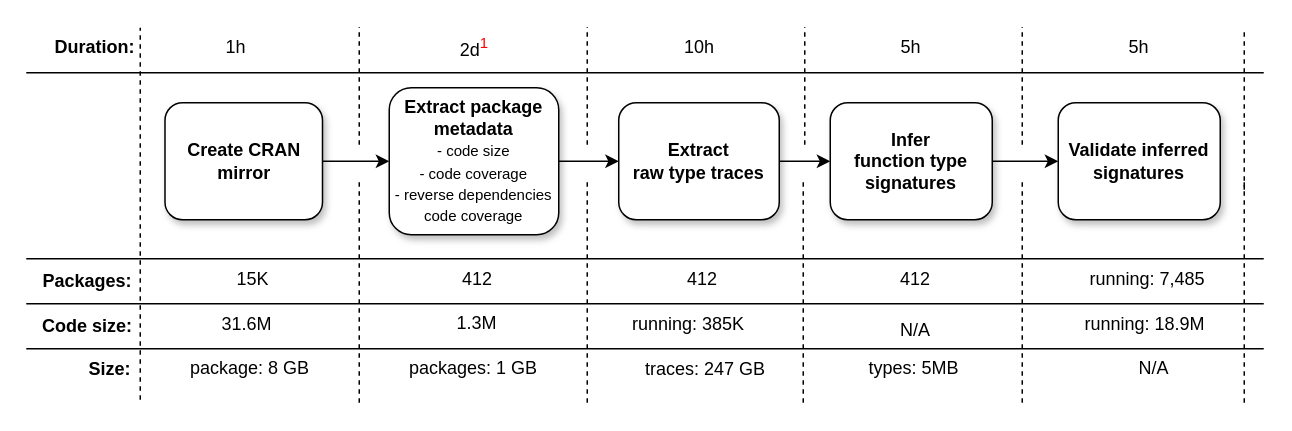
Earlier version of the draw.io diagram paper/plots/analysis-pipeline.drawio (reallyTG/typeR). Source tidied: cells renumbered, new cells numbered last; positions are measured from the earlier drawing's top-left corner, leaving out a move shared by most shapes. Both pictures are drawn from the tidied source at 150%, with x=0, y=0 at pixel (26, 27).
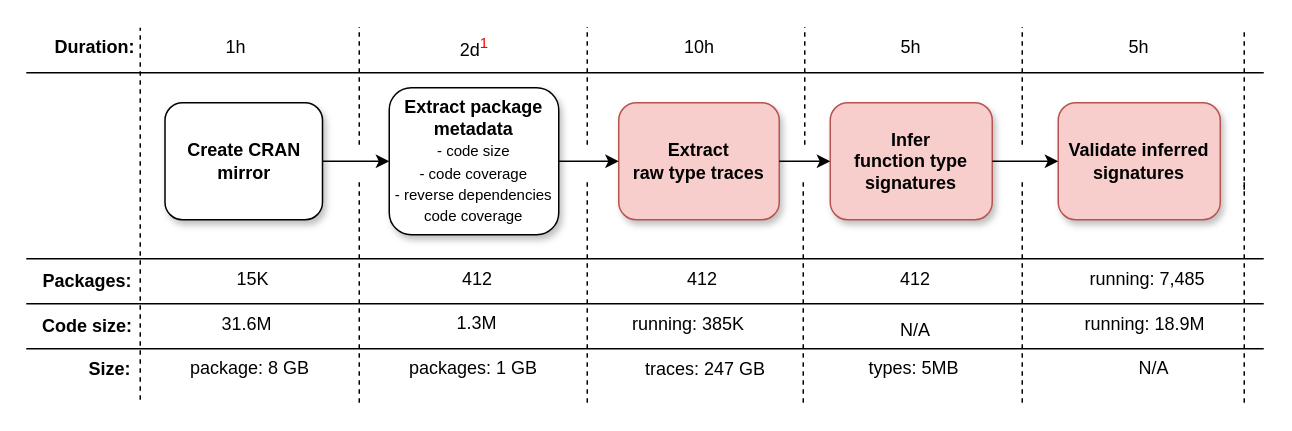
Above is the later version.

Diff of the diagram source:
```diff
@@
-    <mxCell id="5" value="&lt;div&gt;Extract &lt;br&gt;raw type traces&lt;br&gt;&lt;/div&gt;" style="whiteSpace=wrap;html=1;rounded=1;shadow=1;fontStyle=1;" parent="1" vertex="1">
+    <mxCell id="5" value="&lt;div&gt;Extract &lt;br&gt;raw type traces&lt;br&gt;&lt;/div&gt;" style="whiteSpace=wrap;html=1;rounded=1;shadow=1;fontStyle=1;fillColor=#f8cecc;strokeColor=#b85450;" parent="1" vertex="1">
       <mxGeometry x="395" y="50" width="107" height="78" as="geometry" />
     </mxCell>
-    <mxCell id="6" value="Infer &lt;br&gt;function type signatures" style="whiteSpace=wrap;html=1;rounded=1;shadow=1;fontStyle=1;" parent="1" vertex="1">
+    <mxCell id="6" value="Infer &lt;br&gt;function type signatures" style="whiteSpace=wrap;html=1;rounded=1;shadow=1;fontStyle=1;fillColor=#f8cecc;strokeColor=#b85450;" parent="1" vertex="1">
       <mxGeometry x="536" y="50" width="108" height="78" as="geometry" />
     </mxCell>
-    <mxCell id="7" value="Validate inferred signatures" style="whiteSpace=wrap;html=1;rounded=1;shadow=1;fontStyle=1;" parent="1" vertex="1">
+    <mxCell id="7" value="Validate inferred signatures" style="whiteSpace=wrap;html=1;rounded=1;shadow=1;fontStyle=1;fillColor=#f8cecc;strokeColor=#b85450;" parent="1" vertex="1">
       <mxGeometry x="688" y="50" width="108" height="78" as="geometry" />
     </mxCell>
```
